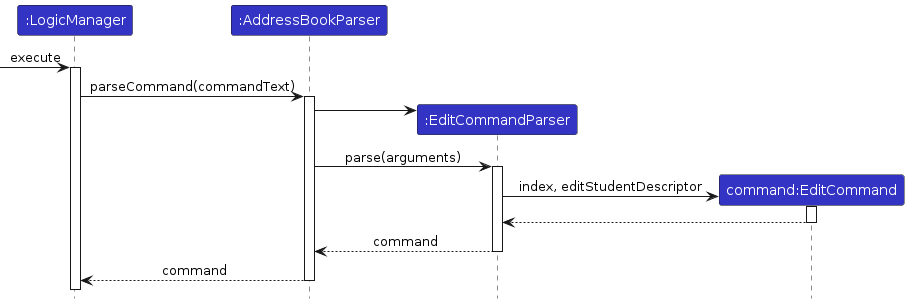
The PlantUML diagram diagrams/tracing/LogicSequenceDiagram.png in AY2324S1-CS2103T-T11-1/tp, before a commit. Its source is kept beside it as diagrams/tracing/LogicSequenceDiagram.puml.
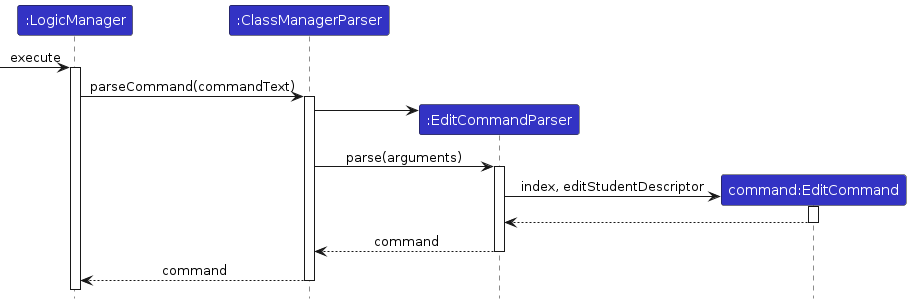
After the change.

What changed in the source:
```diff
@@ -3,7 +3,7 @@
 skinparam ArrowFontStyle plain
 
 Participant ":LogicManager" as logic LOGIC_COLOR
-Participant ":AddressBookParser" as abp LOGIC_COLOR
+Participant ":ClassManagerParser" as abp LOGIC_COLOR
 Participant ":EditCommandParser" as ecp LOGIC_COLOR
 Participant "command:EditCommand" as ec LOGIC_COLOR
 
```
